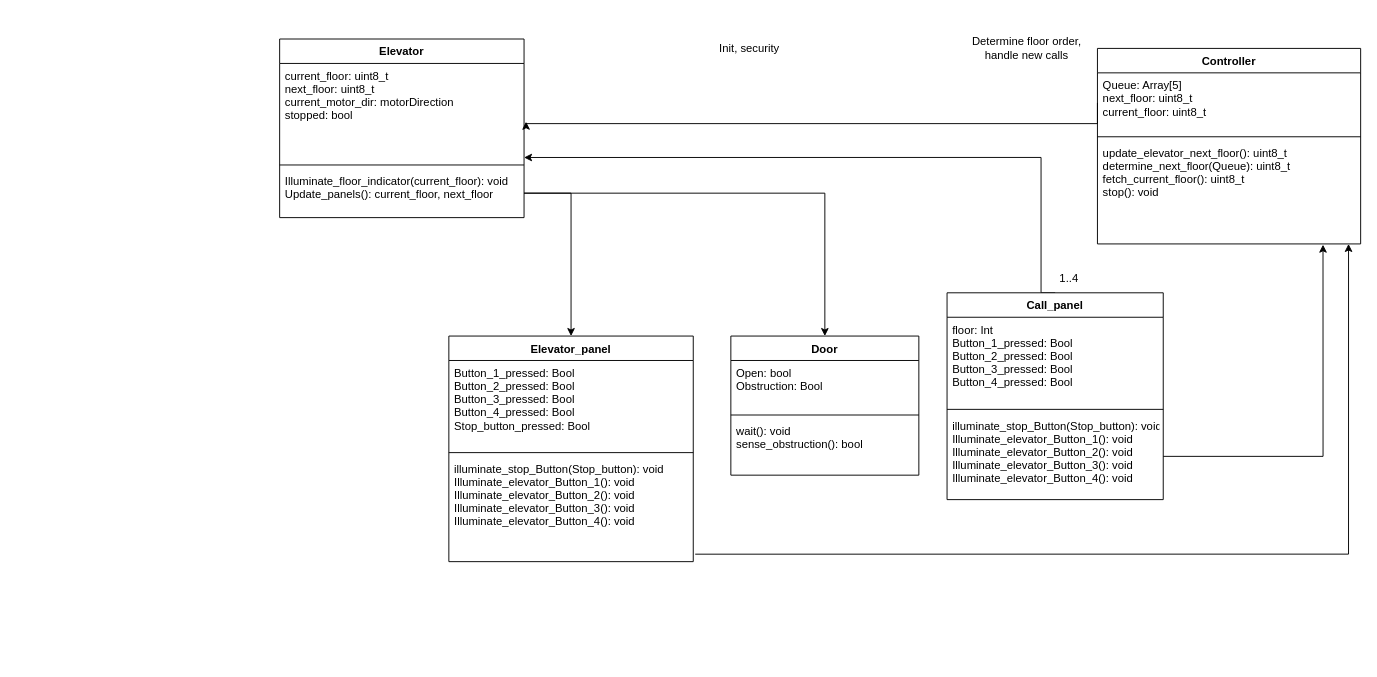
Above: page "Objektdiagram" (3 of 4) of state_machine.drawio in hk-lor/Tilpdat-TTK4235-heis (draw.io), before the change. Source tidied: cells renumbered, new cells numbered last; positions are measured from the earlier drawing's top-left corner, leaving out a move shared by most shapes. Both pictures are drawn from the tidied source at 94%, with x=0, y=0 at pixel (279, 39).
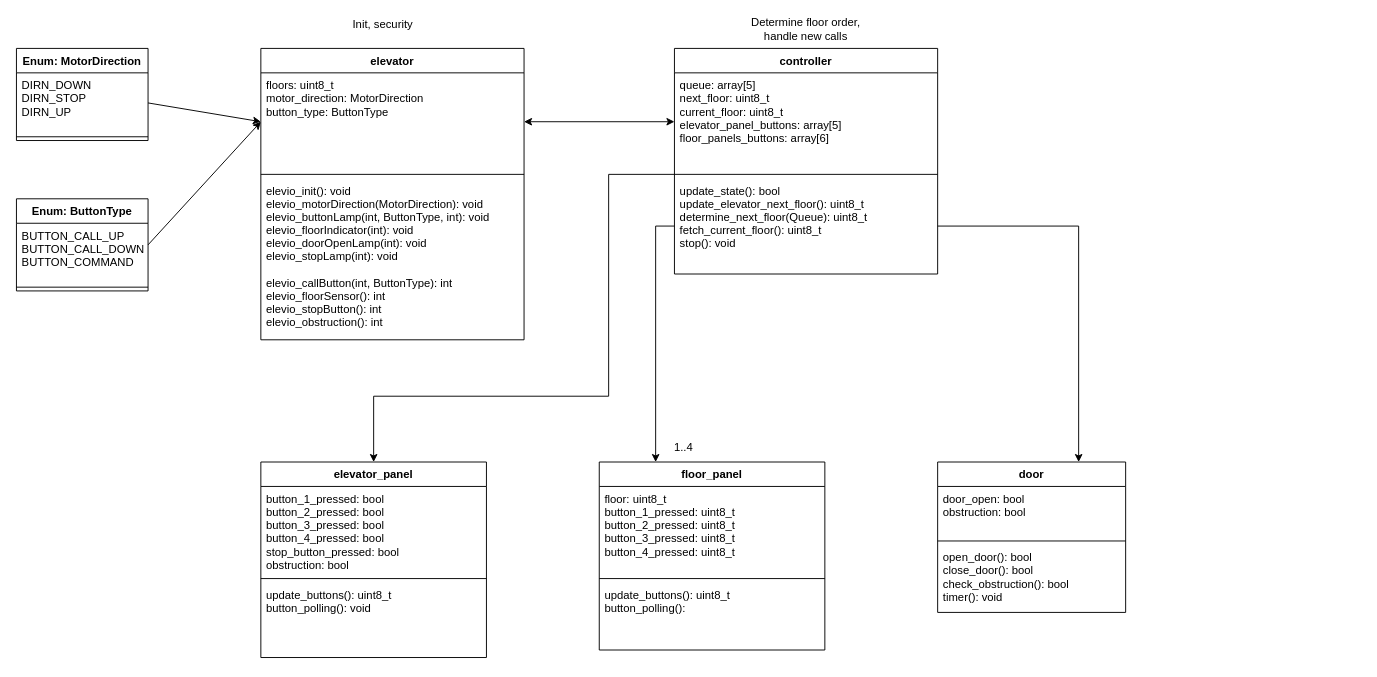
The same diagram, later.

What changed in the source:
```diff
@@
-    <mxCell id="2" value="Elevator" style="swimlane;fontStyle=1;align=center;verticalAlign=top;horizontal=1;startSize=26;" parent="1" vertex="1">
-      <mxGeometry width="260" height="190" as="geometry" />
-    </mxCell>
-    <mxCell id="3" value="current_floor: uint8_t&#10;next_floor: uint8_t&#10;current_motor_dir: motorDirection&#10;stopped: bool&#10;&#10;&#10; &#10;&#10;&#10;&#10;&#10;&#10;&#10;" style="text;strokeColor=none;fillColor=none;align=left;verticalAlign=top;spacingLeft=4;spacingRight=4;overflow=hidden;points=[[0,0.5],[1,0.5]];portConstraint=eastwest;" parent="2" vertex="1">
-      <mxGeometry y="26" width="260" height="104" as="geometry" />
-    </mxCell>
-    <mxCell id="4" style="line;strokeWidth=1;fillColor=none;align=left;verticalAlign=middle;spacingTop=-1;spacingLeft=3;spacingRight=3;labelPosition=right;strokeColor=inherit;" parent="2" vertex="1">
-      <mxGeometry y="130" width="260" height="8" as="geometry" />
-    </mxCell>
-    <mxCell id="5" value="Illuminate_floor_indicator(current_floor): void&#10;Update_panels(): current_floor, next_floor&#10;" style="text;strokeColor=none;fillColor=none;align=left;verticalAlign=top;spacingLeft=4;spacingRight=4;overflow=hidden;points=[[0,0.5],[1,0.5]];portConstraint=eastwest;" parent="2" vertex="1">
-      <mxGeometry y="138" width="260" height="52" as="geometry" />
-    </mxCell>
-    <mxCell id="6" style="edgeStyle=orthogonalEdgeStyle;rounded=0;jettySize=auto;html=1;exitX=0.5;exitY=0;exitDx=0;exitDy=0;entryX=1;entryY=0.962;entryDx=0;entryDy=0;entryPerimeter=0;" parent="1" edge="1" source="7" target="3">
-      <mxGeometry relative="1" as="geometry">
-        <Array as="points">
-          <mxPoint x="810" y="270" />
-          <mxPoint x="810" y="126" />
-        </Array>
-      </mxGeometry>
-    </mxCell>
-    <mxCell id="7" value="Call_panel&#10;&#10;" style="swimlane;fontStyle=1;align=center;verticalAlign=top;horizontal=1;startSize=26;" parent="1" vertex="1">
-      <mxGeometry x="710" y="270" width="230" height="220" as="geometry" />
-    </mxCell>
-    <mxCell id="8" value="floor: Int&#10;Button_1_pressed: Bool&#10;Button_2_pressed: Bool&#10;Button_3_pressed: Bool&#10;Button_4_pressed: Bool&#10;" style="text;strokeColor=none;fillColor=none;align=left;verticalAlign=top;spacingLeft=4;spacingRight=4;overflow=hidden;" parent="7" vertex="1">
-      <mxGeometry y="26" width="230" height="94" as="geometry" />
-    </mxCell>
-    <mxCell id="9" style="line;strokeWidth=1;fillColor=none;align=left;verticalAlign=middle;spacingTop=-1;spacingLeft=3;spacingRight=3;labelPosition=right;strokeColor=inherit;" parent="7" vertex="1">
-      <mxGeometry y="120" width="230" height="8" as="geometry" />
-    </mxCell>
-    <mxCell id="10" value="illuminate_stop_Button(Stop_button): void&#10;Illuminate_elevator_Button_1(): void&#10;Illuminate_elevator_Button_2(): void&#10;Illuminate_elevator_Button_3(): void&#10;Illuminate_elevator_Button_4(): void&#10;&#10;&#10;&#10;&#10;&#10;" style="text;strokeColor=none;fillColor=none;align=left;verticalAlign=top;spacingLeft=4;spacingRight=4;overflow=hidden;points=[[0,0.5],[1,0.5]];portConstraint=eastwest;" parent="7" vertex="1">
-      <mxGeometry y="128" width="230" height="92" as="geometry" />
-    </mxCell>
-    <mxCell id="11" value="Elevator_panel" style="swimlane;fontStyle=1;align=center;verticalAlign=top;horizontal=1;startSize=26;" parent="1" vertex="1">
-      <mxGeometry x="180" y="316" width="260" height="240" as="geometry" />
-    </mxCell>
-    <mxCell id="12" value="Button_1_pressed: Bool&#10;Button_2_pressed: Bool&#10;Button_3_pressed: Bool&#10;Button_4_pressed: Bool&#10;Stop_button_pressed: Bool&#10;&#10;&#10;" style="text;strokeColor=none;fillColor=none;align=left;verticalAlign=top;spacingLeft=4;spacingRight=4;overflow=hidden;" parent="11" vertex="1">
-      <mxGeometry y="26" width="260" height="94" as="geometry" />
-    </mxCell>
-    <mxCell id="13" style="line;strokeWidth=1;fillColor=none;align=left;verticalAlign=middle;spacingTop=-1;spacingLeft=3;spacingRight=3;labelPosition=right;strokeColor=inherit;" parent="11" vertex="1">
-      <mxGeometry y="120" width="260" height="8" as="geometry" />
-    </mxCell>
-    <mxCell id="14" value="illuminate_stop_Button(Stop_button): void&#10;Illuminate_elevator_Button_1(): void&#10;Illuminate_elevator_Button_2(): void&#10;Illuminate_elevator_Button_3(): void&#10;Illuminate_elevator_Button_4(): void&#10;&#10;&#10;&#10;" style="text;strokeColor=none;fillColor=none;align=left;verticalAlign=top;spacingLeft=4;spacingRight=4;overflow=hidden;points=[[0,0.5],[1,0.5]];portConstraint=eastwest;" parent="11" vertex="1">
-      <mxGeometry y="128" width="260" height="112" as="geometry" />
-    </mxCell>
-    <mxCell id="15" value="Door" style="swimlane;fontStyle=1;align=center;verticalAlign=top;horizontal=1;startSize=26;" parent="1" vertex="1">
-      <mxGeometry x="480" y="316" width="200" height="148" as="geometry" />
-    </mxCell>
-    <mxCell id="16" value="Open: bool&#10;Obstruction: Bool&#10;" style="text;strokeColor=none;fillColor=none;align=left;verticalAlign=top;spacingLeft=4;spacingRight=4;overflow=hidden;" parent="15" vertex="1">
-      <mxGeometry y="26" width="200" height="54" as="geometry" />
-    </mxCell>
+    <mxCell id="31" value="elevator" style="swimlane;fontStyle=1;align=center;verticalAlign=top;horizontal=1;startSize=26;" parent="1" vertex="1">
+      <mxGeometry x="-20" y="10" width="280" height="310" as="geometry" />
+    </mxCell>
+    <mxCell id="32" value="floors: uint8_t&#10;motor_direction: MotorDirection&#10;button_type: ButtonType&#10;&#10; &#10;&#10;&#10;&#10;&#10;&#10;&#10;" style="text;strokeColor=none;fillColor=none;align=left;verticalAlign=top;spacingLeft=4;spacingRight=4;overflow=hidden;points=[[0,0.5],[1,0.5]];portConstraint=eastwest;" parent="31" vertex="1">
+      <mxGeometry y="26" width="280" height="104" as="geometry" />
+    </mxCell>
+    <mxCell id="33" style="line;strokeWidth=1;fillColor=none;align=left;verticalAlign=middle;spacingTop=-1;spacingLeft=3;spacingRight=3;labelPosition=right;strokeColor=inherit;" parent="31" vertex="1">
+      <mxGeometry y="130" width="280" height="8" as="geometry" />
+    </mxCell>
+    <mxCell id="34" value="elevio_init(): void&#10;elevio_motorDirection(MotorDirection): void&#10;elevio_buttonLamp(int, ButtonType, int): void&#10;elevio_floorIndicator(int): void&#10;elevio_doorOpenLamp(int): void&#10;elevio_stopLamp(int): void&#10;&#10;elevio_callButton(int, ButtonType): int&#10;elevio_floorSensor(): int&#10;elevio_stopButton(): int&#10;elevio_obstruction(): int" style="text;strokeColor=none;fillColor=none;align=left;verticalAlign=top;spacingLeft=4;spacingRight=4;overflow=hidden;" parent="31" vertex="1">
+      <mxGeometry y="138" width="280" height="172" as="geometry" />
+    </mxCell>
+    <mxCell id="35" value="floor_panel&#10;&#10;" style="swimlane;fontStyle=1;align=center;verticalAlign=top;horizontal=1;startSize=26;" parent="1" vertex="1">
+      <mxGeometry x="340" y="450" width="240" height="200" as="geometry" />
+    </mxCell>
+    <mxCell id="36" value="floor: uint8_t&#10;button_1_pressed: uint8_t&#10;button_2_pressed: uint8_t&#10;button_3_pressed: uint8_t&#10;button_4_pressed: uint8_t&#10;" style="text;strokeColor=none;fillColor=none;align=left;verticalAlign=top;spacingLeft=4;spacingRight=4;overflow=hidden;" parent="35" vertex="1">
+      <mxGeometry y="26" width="240" height="94" as="geometry" />
+    </mxCell>
+    <mxCell id="37" style="line;strokeWidth=1;fillColor=none;align=left;verticalAlign=middle;spacingTop=-1;spacingLeft=3;spacingRight=3;labelPosition=right;strokeColor=inherit;" parent="35" vertex="1">
+      <mxGeometry y="120" width="240" height="8" as="geometry" />
+    </mxCell>
+    <mxCell id="38" value="update_buttons(): uint8_t&#10;button_polling():" style="text;strokeColor=none;fillColor=none;align=left;verticalAlign=top;spacingLeft=4;spacingRight=4;overflow=hidden;" parent="35" vertex="1">
+      <mxGeometry y="128" width="240" height="72" as="geometry" />
+    </mxCell>
+    <mxCell id="39" value="elevator_panel" style="swimlane;fontStyle=1;align=center;verticalAlign=top;horizontal=1;startSize=26;" parent="1" vertex="1">
+      <mxGeometry x="-20" y="450" width="240" height="208" as="geometry" />
+    </mxCell>
+    <mxCell id="40" value="button_1_pressed: bool&#10;button_2_pressed: bool&#10;button_3_pressed: bool&#10;button_4_pressed: bool&#10;stop_button_pressed: bool&#10;obstruction: bool&#10;&#10;" style="text;strokeColor=none;fillColor=none;align=left;verticalAlign=top;spacingLeft=4;spacingRight=4;overflow=hidden;" parent="39" vertex="1">
+      <mxGeometry y="26" width="240" height="94" as="geometry" />
+    </mxCell>
+    <mxCell id="41" style="line;strokeWidth=1;fillColor=none;align=left;verticalAlign=middle;spacingTop=-1;spacingLeft=3;spacingRight=3;labelPosition=right;strokeColor=inherit;" parent="39" vertex="1">
+      <mxGeometry y="120" width="240" height="8" as="geometry" />
+    </mxCell>
+    <mxCell id="42" value="update_buttons(): uint8_t&#10;button_polling(): void" style="text;strokeColor=none;fillColor=none;align=left;verticalAlign=top;spacingLeft=4;spacingRight=4;overflow=hidden;" parent="39" vertex="1">
+      <mxGeometry y="128" width="240" height="80" as="geometry" />
+    </mxCell>
+    <mxCell id="43" value="door" style="swimlane;fontStyle=1;align=center;verticalAlign=top;horizontal=1;startSize=26;" parent="1" vertex="1">
+      <mxGeometry x="700" y="450" width="200" height="160" as="geometry" />
+    </mxCell>
+    <mxCell id="44" value="door_open: bool&#10;obstruction: bool&#10;" style="text;strokeColor=none;fillColor=none;align=left;verticalAlign=top;spacingLeft=4;spacingRight=4;overflow=hidden;" parent="43" vertex="1">
+      <mxGeometry y="26" width="200" height="54" as="geometry" />
+    </mxCell>
-    <mxCell id="17" style="line;strokeWidth=1;fillColor=none;align=left;verticalAlign=middle;spacingTop=-1;spacingLeft=3;spacingRight=3;labelPosition=right;strokeColor=inherit;" parent="15" vertex="1">
+    <mxCell id="17" style="line;strokeWidth=1;fillColor=none;align=left;verticalAlign=middle;spacingTop=-1;spacingLeft=3;spacingRight=3;labelPosition=right;strokeColor=inherit;" parent="43" vertex="1">
       <mxGeometry y="80" width="200" height="8" as="geometry" />
     </mxCell>
-    <mxCell id="18" value="wait(): void&#10;sense_obstruction(): bool" style="text;strokeColor=none;fillColor=none;align=left;verticalAlign=top;spacingLeft=4;spacingRight=4;overflow=hidden;" parent="15" vertex="1">
-      <mxGeometry y="88" width="200" height="60" as="geometry" />
-    </mxCell>
-    <mxCell id="19" value="Controller&#10;" style="swimlane;fontStyle=1;align=center;verticalAlign=top;horizontal=1;startSize=26;" parent="1" vertex="1">
-      <mxGeometry x="870" y="10" width="280" height="208" as="geometry" />
-    </mxCell>
-    <mxCell id="20" value="Queue: Array[5]&#10;next_floor: uint8_t&#10;current_floor: uint8_t" style="text;strokeColor=none;fillColor=none;align=left;verticalAlign=top;spacingLeft=4;spacingRight=4;overflow=hidden;points=[[0,0.5],[1,0.5]];portConstraint=eastwest;" parent="19" vertex="1">
-      <mxGeometry y="26" width="280" height="64" as="geometry" />
-    </mxCell>
-    <mxCell id="21" style="line;strokeWidth=1;fillColor=none;align=left;verticalAlign=middle;spacingTop=-1;spacingLeft=3;spacingRight=3;labelPosition=right;strokeColor=inherit;" parent="19" vertex="1">
-      <mxGeometry y="90" width="280" height="8" as="geometry" />
-    </mxCell>
-    <mxCell id="22" value="update_elevator_next_floor(): uint8_t&#10;determine_next_floor(Queue): uint8_t&#10;fetch_current_floor(): uint8_t&#10;stop(): void&#10;&#10;" style="text;strokeColor=none;fillColor=none;align=left;verticalAlign=top;spacingLeft=4;spacingRight=4;overflow=hidden;points=[[0,0.5],[1,0.5]];portConstraint=eastwest;" parent="19" vertex="1">
-      <mxGeometry y="98" width="280" height="110" as="geometry" />
-    </mxCell>
-    <mxCell id="23" style="edgeStyle=orthogonalEdgeStyle;rounded=0;jettySize=auto;html=1;exitX=0;exitY=0.5;exitDx=0;exitDy=0;entryX=1.008;entryY=0.596;entryDx=0;entryDy=0;entryPerimeter=0;" parent="1" edge="1" source="20" target="3">
-      <mxGeometry relative="1" as="geometry">
-        <Array as="points">
-          <mxPoint x="870" y="90" />
-          <mxPoint x="262" y="90" />
-        </Array>
-      </mxGeometry>
-    </mxCell>
-    <mxCell id="24" value="1..4" style="text;html=1;strokeColor=none;fillColor=none;align=center;verticalAlign=middle;whiteSpace=wrap;rounded=0;" parent="1" vertex="1">
-      <mxGeometry x="810" y="240" width="60" height="30" as="geometry" />
-    </mxCell>
-    <mxCell id="25" style="edgeStyle=orthogonalEdgeStyle;rounded=0;jettySize=auto;html=1;entryX=0.5;entryY=0;entryDx=0;entryDy=0;" parent="1" edge="1" source="5" target="11">
-      <mxGeometry relative="1" as="geometry" />
-    </mxCell>
-    <mxCell id="26" style="edgeStyle=orthogonalEdgeStyle;rounded=0;jettySize=auto;html=1;exitX=1;exitY=0.5;exitDx=0;exitDy=0;entryX=0.5;entryY=0;entryDx=0;entryDy=0;" parent="1" edge="1" source="5" target="15">
-      <mxGeometry relative="1" as="geometry" />
-    </mxCell>
+    <mxCell id="45" value="open_door(): bool&#10;close_door(): bool&#10;check_obstruction(): bool&#10;timer(): void" style="text;strokeColor=none;fillColor=none;align=left;verticalAlign=top;spacingLeft=4;spacingRight=4;overflow=hidden;" parent="43" vertex="1">
+      <mxGeometry y="88" width="200" height="72" as="geometry" />
+    </mxCell>
+    <mxCell id="46" value="controller&#10;" style="swimlane;fontStyle=1;align=center;verticalAlign=top;horizontal=1;startSize=26;" parent="1" vertex="1">
+      <mxGeometry x="420" y="10" width="280" height="240" as="geometry" />
+    </mxCell>
+    <mxCell id="47" value="queue: array[5]&#10;next_floor: uint8_t&#10;current_floor: uint8_t&#10;elevator_panel_buttons: array[5]&#10;floor_panels_buttons: array[6]" style="text;strokeColor=none;fillColor=none;align=left;verticalAlign=top;spacingLeft=4;spacingRight=4;overflow=hidden;points=[[0,0.5],[1,0.5]];portConstraint=eastwest;" parent="46" vertex="1">
+      <mxGeometry y="26" width="280" height="104" as="geometry" />
+    </mxCell>
+    <mxCell id="48" style="line;strokeWidth=1;fillColor=none;align=left;verticalAlign=middle;spacingTop=-1;spacingLeft=3;spacingRight=3;labelPosition=right;strokeColor=inherit;" parent="46" vertex="1">
+      <mxGeometry y="130" width="280" height="8" as="geometry" />
+    </mxCell>
+    <mxCell id="49" value="update_state(): bool&#10;update_elevator_next_floor(): uint8_t&#10;determine_next_floor(Queue): uint8_t&#10;fetch_current_floor(): uint8_t&#10;stop(): void&#10;&#10;" style="text;strokeColor=none;fillColor=none;align=left;verticalAlign=top;spacingLeft=4;spacingRight=4;overflow=hidden;points=[[0,0.5],[1,0.5]];portConstraint=eastwest;" parent="46" vertex="1">
+      <mxGeometry y="138" width="280" height="102" as="geometry" />
+    </mxCell>
     <mxCell id="27" value="Determine floor order, handle new calls" style="text;html=1;strokeColor=none;fillColor=none;align=center;verticalAlign=middle;whiteSpace=wrap;rounded=0;" parent="1" vertex="1">
-      <mxGeometry x="730" width="130" height="20" as="geometry" />
+      <mxGeometry x="495" y="-20" width="130" height="20" as="geometry" />
     </mxCell>
     <mxCell id="28" value="Init, security" style="text;html=1;strokeColor=none;fillColor=none;align=center;verticalAlign=middle;whiteSpace=wrap;rounded=0;" parent="1" vertex="1">
-      <mxGeometry x="430" y="5" width="140" height="10" as="geometry" />
+      <mxGeometry x="40" y="-20" width="140" height="10" as="geometry" />
     </mxCell>
-    <mxCell id="29" style="edgeStyle=orthogonalEdgeStyle;rounded=0;jettySize=auto;html=1;exitX=1;exitY=0.5;exitDx=0;exitDy=0;entryX=0.857;entryY=1.007;entryDx=0;entryDy=0;entryPerimeter=0;" parent="1" edge="1" source="10" target="22">
-      <mxGeometry relative="1" as="geometry" />
-    </mxCell>
-    <mxCell id="30" style="edgeStyle=orthogonalEdgeStyle;rounded=0;jettySize=auto;html=1;exitX=1.008;exitY=0.929;exitDx=0;exitDy=0;entryX=0.954;entryY=1;entryDx=0;entryDy=0;entryPerimeter=0;exitPerimeter=0;" parent="1" edge="1" source="14" target="22">
-      <mxGeometry relative="1" as="geometry">
-        <Array as="points">
-          <mxPoint x="1137" y="548" />
-        </Array>
-      </mxGeometry>
-    </mxCell>
+    <mxCell id="50" style="endArrow=classic;html=1;rounded=0;entryX=0.5;entryY=0;entryDx=0;entryDy=0;" parent="1" edge="1" target="39">
+      <mxGeometry relative="1" as="geometry">
+        <mxPoint x="420" y="144" as="sourcePoint" />
+        <Array as="points">
+          <mxPoint x="350" y="144" />
+          <mxPoint x="350" y="380" />
+          <mxPoint x="100" y="380" />
+        </Array>
+      </mxGeometry>
+    </mxCell>
+    <mxCell id="51" style="endArrow=classic;html=1;rounded=0;entryX=0.25;entryY=0;entryDx=0;entryDy=0;exitX=0;exitY=0.5;exitDx=0;exitDy=0;" parent="1" edge="1" source="49" target="35">
+      <mxGeometry relative="1" as="geometry">
+        <Array as="points">
+          <mxPoint x="400" y="199" />
+        </Array>
+      </mxGeometry>
+    </mxCell>
+    <mxCell id="52" style="endArrow=classic;html=1;rounded=0;exitX=1;exitY=0.5;exitDx=0;exitDy=0;entryX=0.75;entryY=0;entryDx=0;entryDy=0;" parent="1" edge="1" source="49" target="43">
+      <mxGeometry relative="1" as="geometry">
+        <Array as="points">
+          <mxPoint x="850" y="199" />
+        </Array>
+      </mxGeometry>
+    </mxCell>
+    <mxCell id="53" style="endArrow=classic;startArrow=classic;html=1;rounded=0;entryX=1;entryY=0.5;entryDx=0;entryDy=0;exitX=0;exitY=0.5;exitDx=0;exitDy=0;" parent="1" edge="1" source="47" target="32">
+      <mxGeometry relative="1" as="geometry" />
+    </mxCell>
+    <mxCell id="24" value="1..4" style="text;html=1;strokeColor=none;fillColor=none;align=center;verticalAlign=middle;whiteSpace=wrap;rounded=0;" parent="1" vertex="1">
+      <mxGeometry x="400" y="420" width="60" height="30" as="geometry" />
+    </mxCell>
+    <mxCell id="54" value="Enum: MotorDirection" style="swimlane;fontStyle=1;align=center;verticalAlign=top;horizontal=1;startSize=26;" parent="1" vertex="1">
+      <mxGeometry x="-280" y="10" width="140" height="98" as="geometry" />
+    </mxCell>
+    <mxCell id="55" value="DIRN_DOWN&#10;DIRN_STOP&#10;DIRN_UP" style="text;strokeColor=none;fillColor=none;align=left;verticalAlign=top;spacingLeft=4;spacingRight=4;overflow=hidden;points=[[0,0.5],[1,0.5]];portConstraint=eastwest;" parent="54" vertex="1">
+      <mxGeometry y="26" width="140" height="64" as="geometry" />
+    </mxCell>
+    <mxCell id="56" style="line;strokeWidth=1;fillColor=none;align=left;verticalAlign=middle;spacingTop=-1;spacingLeft=3;spacingRight=3;labelPosition=right;strokeColor=inherit;" parent="54" vertex="1">
+      <mxGeometry y="90" width="140" height="8" as="geometry" />
+    </mxCell>
+    <mxCell id="57" value="Enum: ButtonType" style="swimlane;fontStyle=1;align=center;verticalAlign=top;horizontal=1;startSize=26;" parent="1" vertex="1">
+      <mxGeometry x="-280" y="170" width="140" height="98" as="geometry" />
+    </mxCell>
+    <mxCell id="58" value="BUTTON_CALL_UP&#10;BUTTON_CALL_DOWN&#10;BUTTON_COMMAND" style="text;strokeColor=none;fillColor=none;align=left;verticalAlign=top;spacingLeft=4;spacingRight=4;overflow=hidden;" parent="57" vertex="1">
+      <mxGeometry y="26" width="140" height="64" as="geometry" />
+    </mxCell>
+    <mxCell id="59" style="line;strokeWidth=1;fillColor=none;align=left;verticalAlign=middle;spacingTop=-1;spacingLeft=3;spacingRight=3;labelPosition=right;strokeColor=inherit;" parent="57" vertex="1">
+      <mxGeometry y="90" width="140" height="8" as="geometry" />
+    </mxCell>
+    <mxCell id="60" style="endArrow=classic;html=1;rounded=0;exitX=1;exitY=0.5;exitDx=0;exitDy=0;entryX=0;entryY=0.5;entryDx=0;entryDy=0;" parent="1" edge="1" source="57" target="32">
+      <mxGeometry relative="1" as="geometry" />
+    </mxCell>
+    <mxCell id="61" style="endArrow=classic;html=1;rounded=0;exitX=1;exitY=0.5;exitDx=0;exitDy=0;entryX=0;entryY=0.5;entryDx=0;entryDy=0;" parent="1" edge="1" source="55" target="32">
+      <mxGeometry relative="1" as="geometry" />
+    </mxCell>
```
